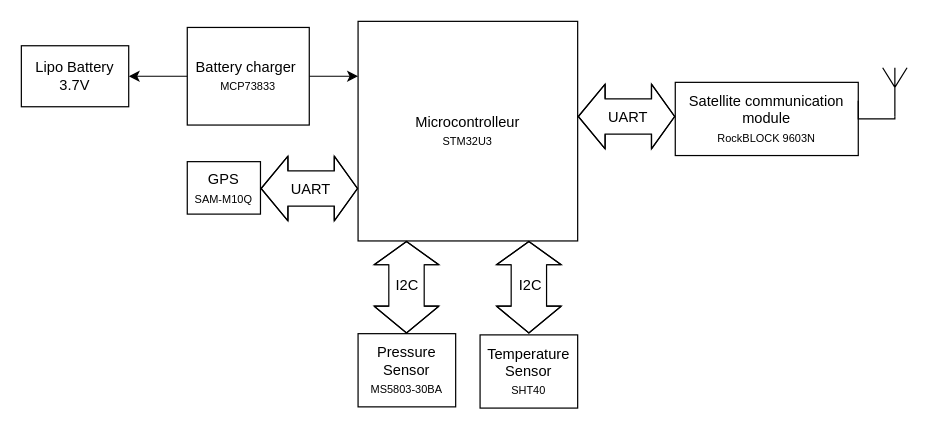
This is schema_bloc.drawio from BenoitSchick/Marine_tracker, a draw.io file, before an edit. Source tidied: cells renumbered, new cells numbered last; positions are measured from the earlier drawing's top-left corner, leaving out a move shared by most shapes. Both pictures are drawn from the tidied source at 122%, with x=0, y=0 at pixel (21, 21).
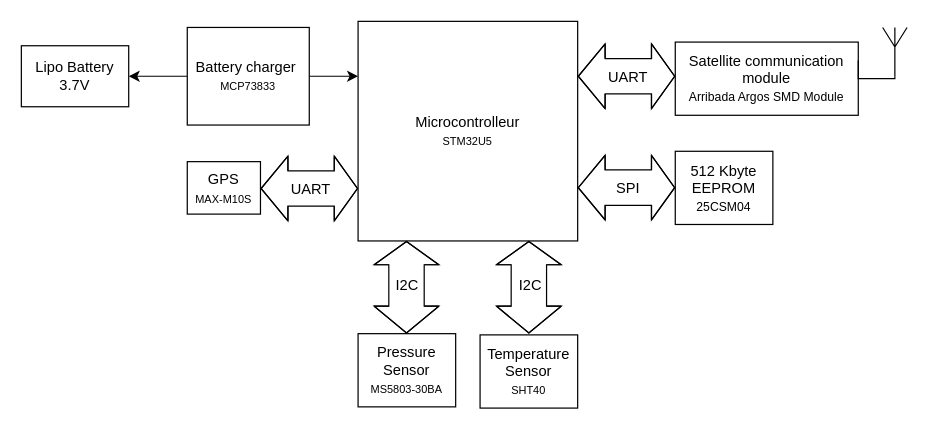
After the change.

The edit, as a diff of the source:
```diff
@@
-    <mxCell id="2" value="Satellite communication module&lt;div&gt;&lt;font style=&quot;font-size: 9px;&quot;&gt;RockBLOCK 9603N&lt;/font&gt;&lt;/div&gt;" style="rounded=0;whiteSpace=wrap;html=1;" parent="1" vertex="1">
-      <mxGeometry x="536" y="50" width="150" height="60" as="geometry" />
+    <mxCell id="2" value="Satellite communication module&lt;div&gt;&lt;font size=&quot;1&quot;&gt;Arribada Argos SMD Module&lt;/font&gt;&lt;/div&gt;" style="rounded=0;whiteSpace=wrap;html=1;" parent="1" vertex="1">
+      <mxGeometry x="536" y="17" width="150" height="60" as="geometry" />
     </mxCell>
     <mxCell id="3" style="edgeStyle=orthogonalEdgeStyle;rounded=0;jettySize=auto;html=1;exitX=0.5;exitY=1;exitDx=0;exitDy=0;exitPerimeter=0;entryX=1;entryY=0.25;entryDx=0;entryDy=0;endArrow=none;endFill=0;" parent="1" edge="1" source="4" target="2">
       <mxGeometry relative="1" as="geometry">
         <Array as="points">
-          <mxPoint x="716" y="80" />
-          <mxPoint x="686" y="80" />
+          <mxPoint x="716" y="47" />
+          <mxPoint x="686" y="47" />
         </Array>
       </mxGeometry>
     </mxCell>
     <mxCell id="4" style="verticalLabelPosition=bottom;shadow=0;dashed=0;align=center;html=1;verticalAlign=top;shape=mxgraph.electrical.radio.aerial_-_antenna_1;" parent="1" vertex="1">
-      <mxGeometry x="706" y="38" width="20" height="40" as="geometry" />
+      <mxGeometry x="706" y="5" width="20" height="40" as="geometry" />
     </mxCell>
@@
-    <mxCell id="7" value="GPS&lt;div&gt;&lt;font style=&quot;font-size: 9px;&quot;&gt;SAM-M10Q&lt;/font&gt;&lt;/div&gt;" style="rounded=0;whiteSpace=wrap;html=1;" parent="1" vertex="1">
+    <mxCell id="7" value="GPS&lt;div&gt;&lt;font style=&quot;font-size: 9px;&quot;&gt;MAX-M10S&lt;/font&gt;&lt;/div&gt;" style="rounded=0;whiteSpace=wrap;html=1;" parent="1" vertex="1">
       <mxGeometry x="136" y="115" width="60" height="43" as="geometry" />
     </mxCell>
-    <mxCell id="8" value="Microcontrolleur&lt;div&gt;&lt;font style=&quot;font-size: 9px;&quot;&gt;STM32U3&lt;/font&gt;&lt;/div&gt;" style="rounded=0;whiteSpace=wrap;html=1;" parent="1" vertex="1">
+    <mxCell id="8" value="Microcontrolleur&lt;div&gt;&lt;font style=&quot;font-size: 9px;&quot;&gt;STM32U5&lt;/font&gt;&lt;/div&gt;" style="rounded=0;whiteSpace=wrap;html=1;" parent="1" vertex="1">
       <mxGeometry x="276" width="180" height="180" as="geometry" />
     </mxCell>
@@
     <mxCell id="18" style="shape=flexArrow;endArrow=classic;startArrow=classic;html=1;rounded=0;strokeWidth=1;startSize=7;sourcePerimeterSpacing=3;targetPerimeterSpacing=3;endSize=6;width=29;startWidth=23;endWidth=23;" parent="1" edge="1">
       <mxGeometry relative="1" as="geometry">
-        <mxPoint x="456" y="78" as="sourcePoint" />
-        <mxPoint x="536" y="78" as="targetPoint" />
+        <mxPoint x="456" y="45" as="sourcePoint" />
+        <mxPoint x="536" y="45" as="targetPoint" />
         <Array as="points">
-          <mxPoint x="516" y="78" />
+          <mxPoint x="516" y="45" />
         </Array>
       </mxGeometry>
     </mxCell>
@@
+    <mxCell id="21" value="512 Kbyte EEPROM&lt;div&gt;&lt;span style=&quot;background-color: transparent;&quot;&gt;&lt;font size=&quot;1&quot;&gt;25CSM04&lt;/font&gt;&lt;/span&gt;&lt;/div&gt;" style="rounded=0;whiteSpace=wrap;html=1;" parent="1" vertex="1">
+      <mxGeometry x="536" y="106.5" width="80" height="60" as="geometry" />
+    </mxCell>
+    <mxCell id="22" style="shape=flexArrow;endArrow=classic;startArrow=classic;html=1;rounded=0;strokeWidth=1;startSize=7;sourcePerimeterSpacing=3;targetPerimeterSpacing=3;endSize=6;width=29;startWidth=23;endWidth=23;" parent="1" edge="1">
+      <mxGeometry relative="1" as="geometry">
+        <mxPoint x="456" y="136.3" as="sourcePoint" />
+        <mxPoint x="536" y="136.3" as="targetPoint" />
+        <Array as="points">
+          <mxPoint x="516" y="136.3" />
+        </Array>
+      </mxGeometry>
+    </mxCell>
+    <mxCell id="23" value="&lt;font style=&quot;font-size: 12px;&quot;&gt;SPI&lt;/font&gt;" style="edgeLabel;html=1;align=center;verticalAlign=middle;" parent="22" vertex="1">
+      <mxGeometry x="-0.04" relative="1" as="geometry">
+        <mxPoint x="2" as="offset" />
+      </mxGeometry>
+    </mxCell>
```
